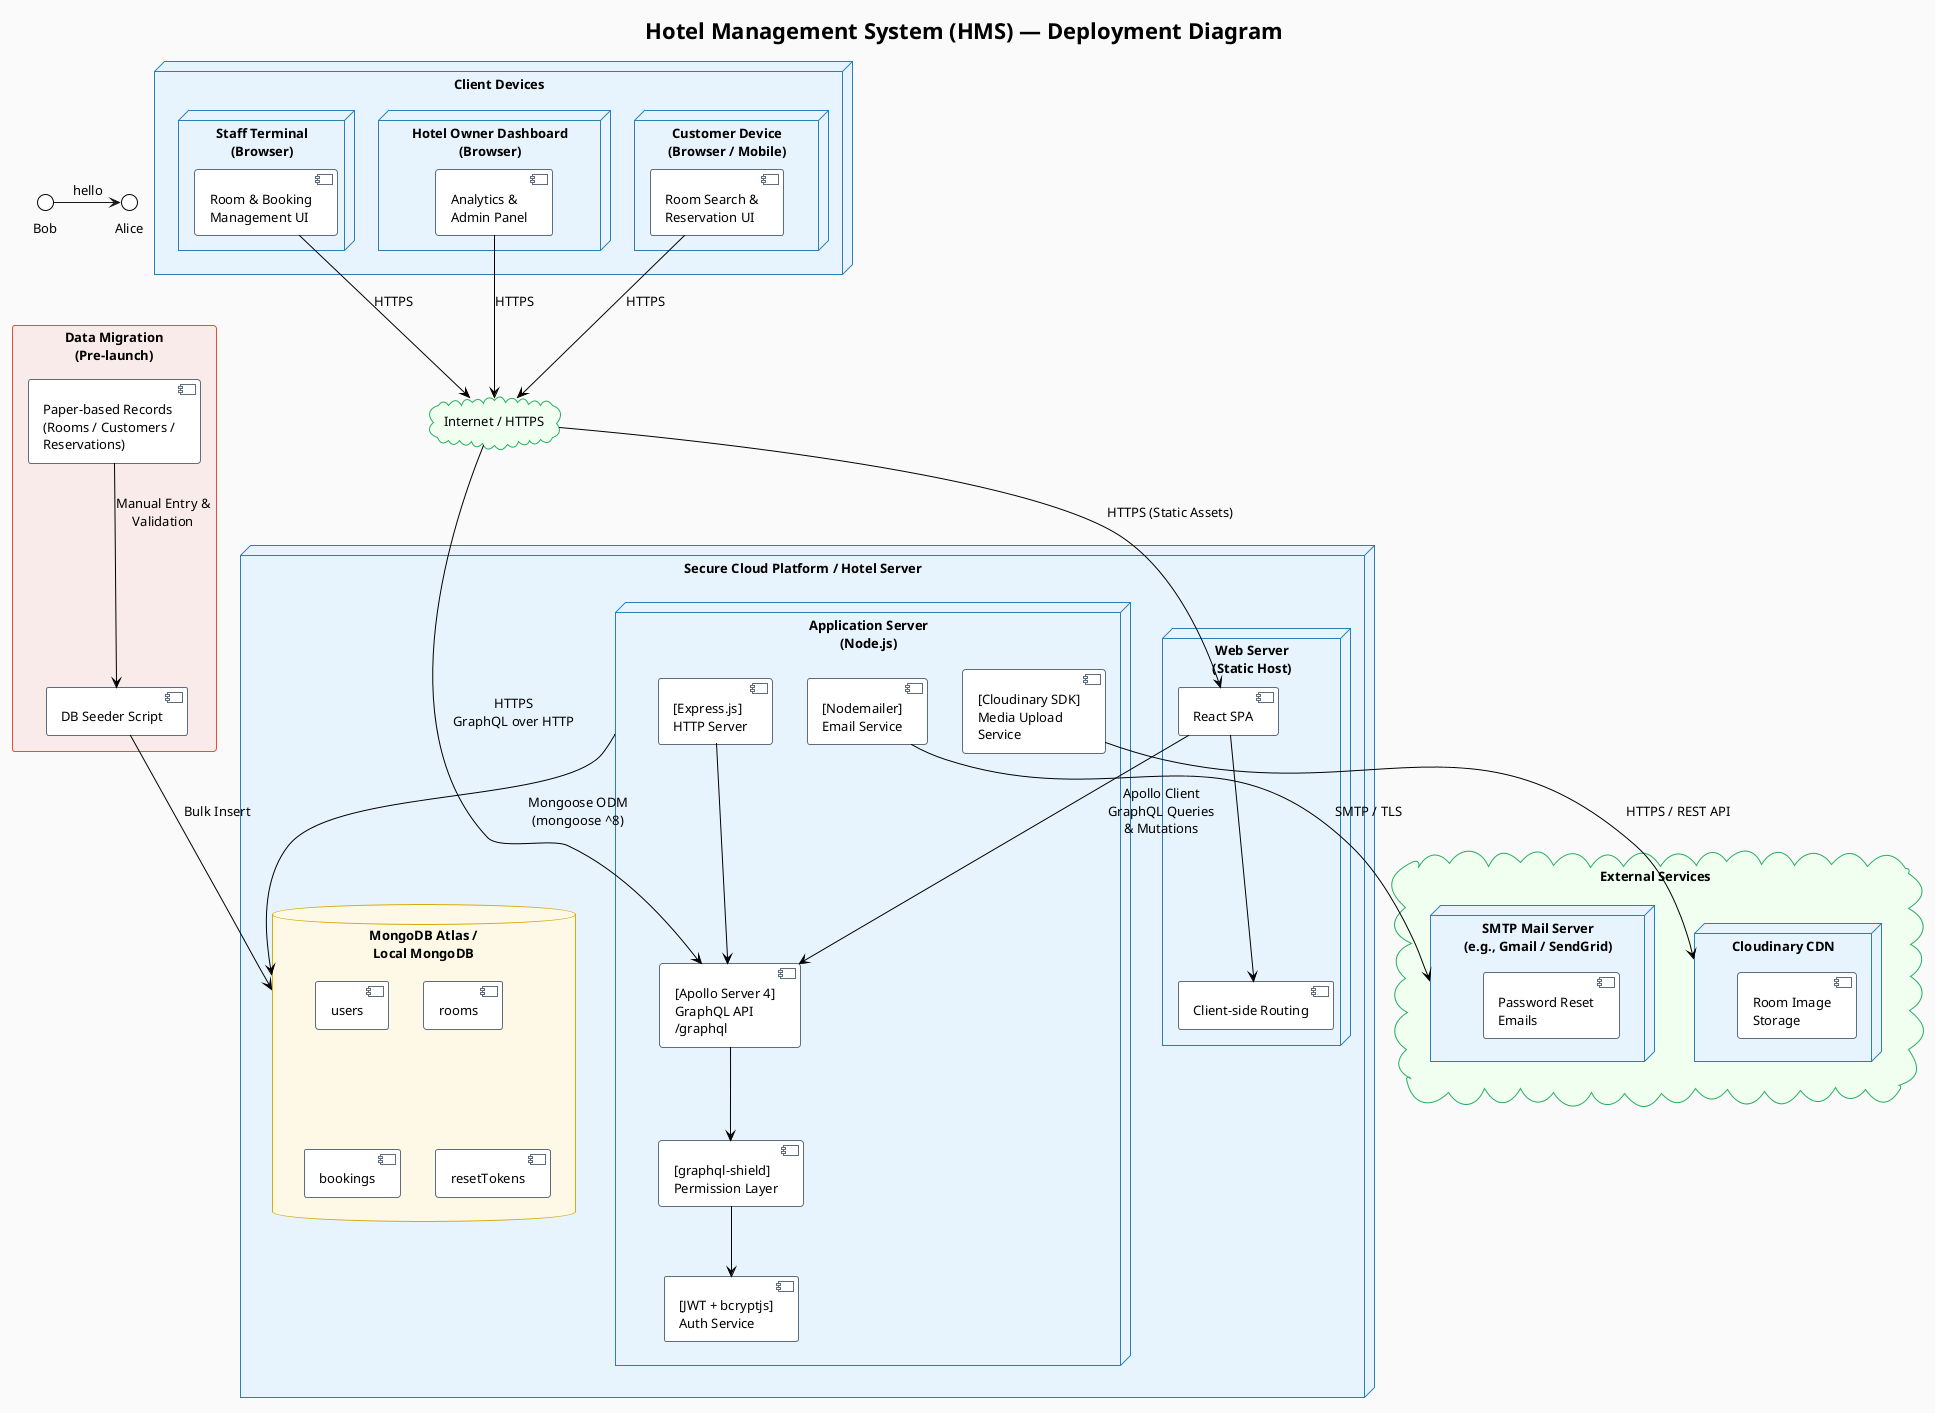
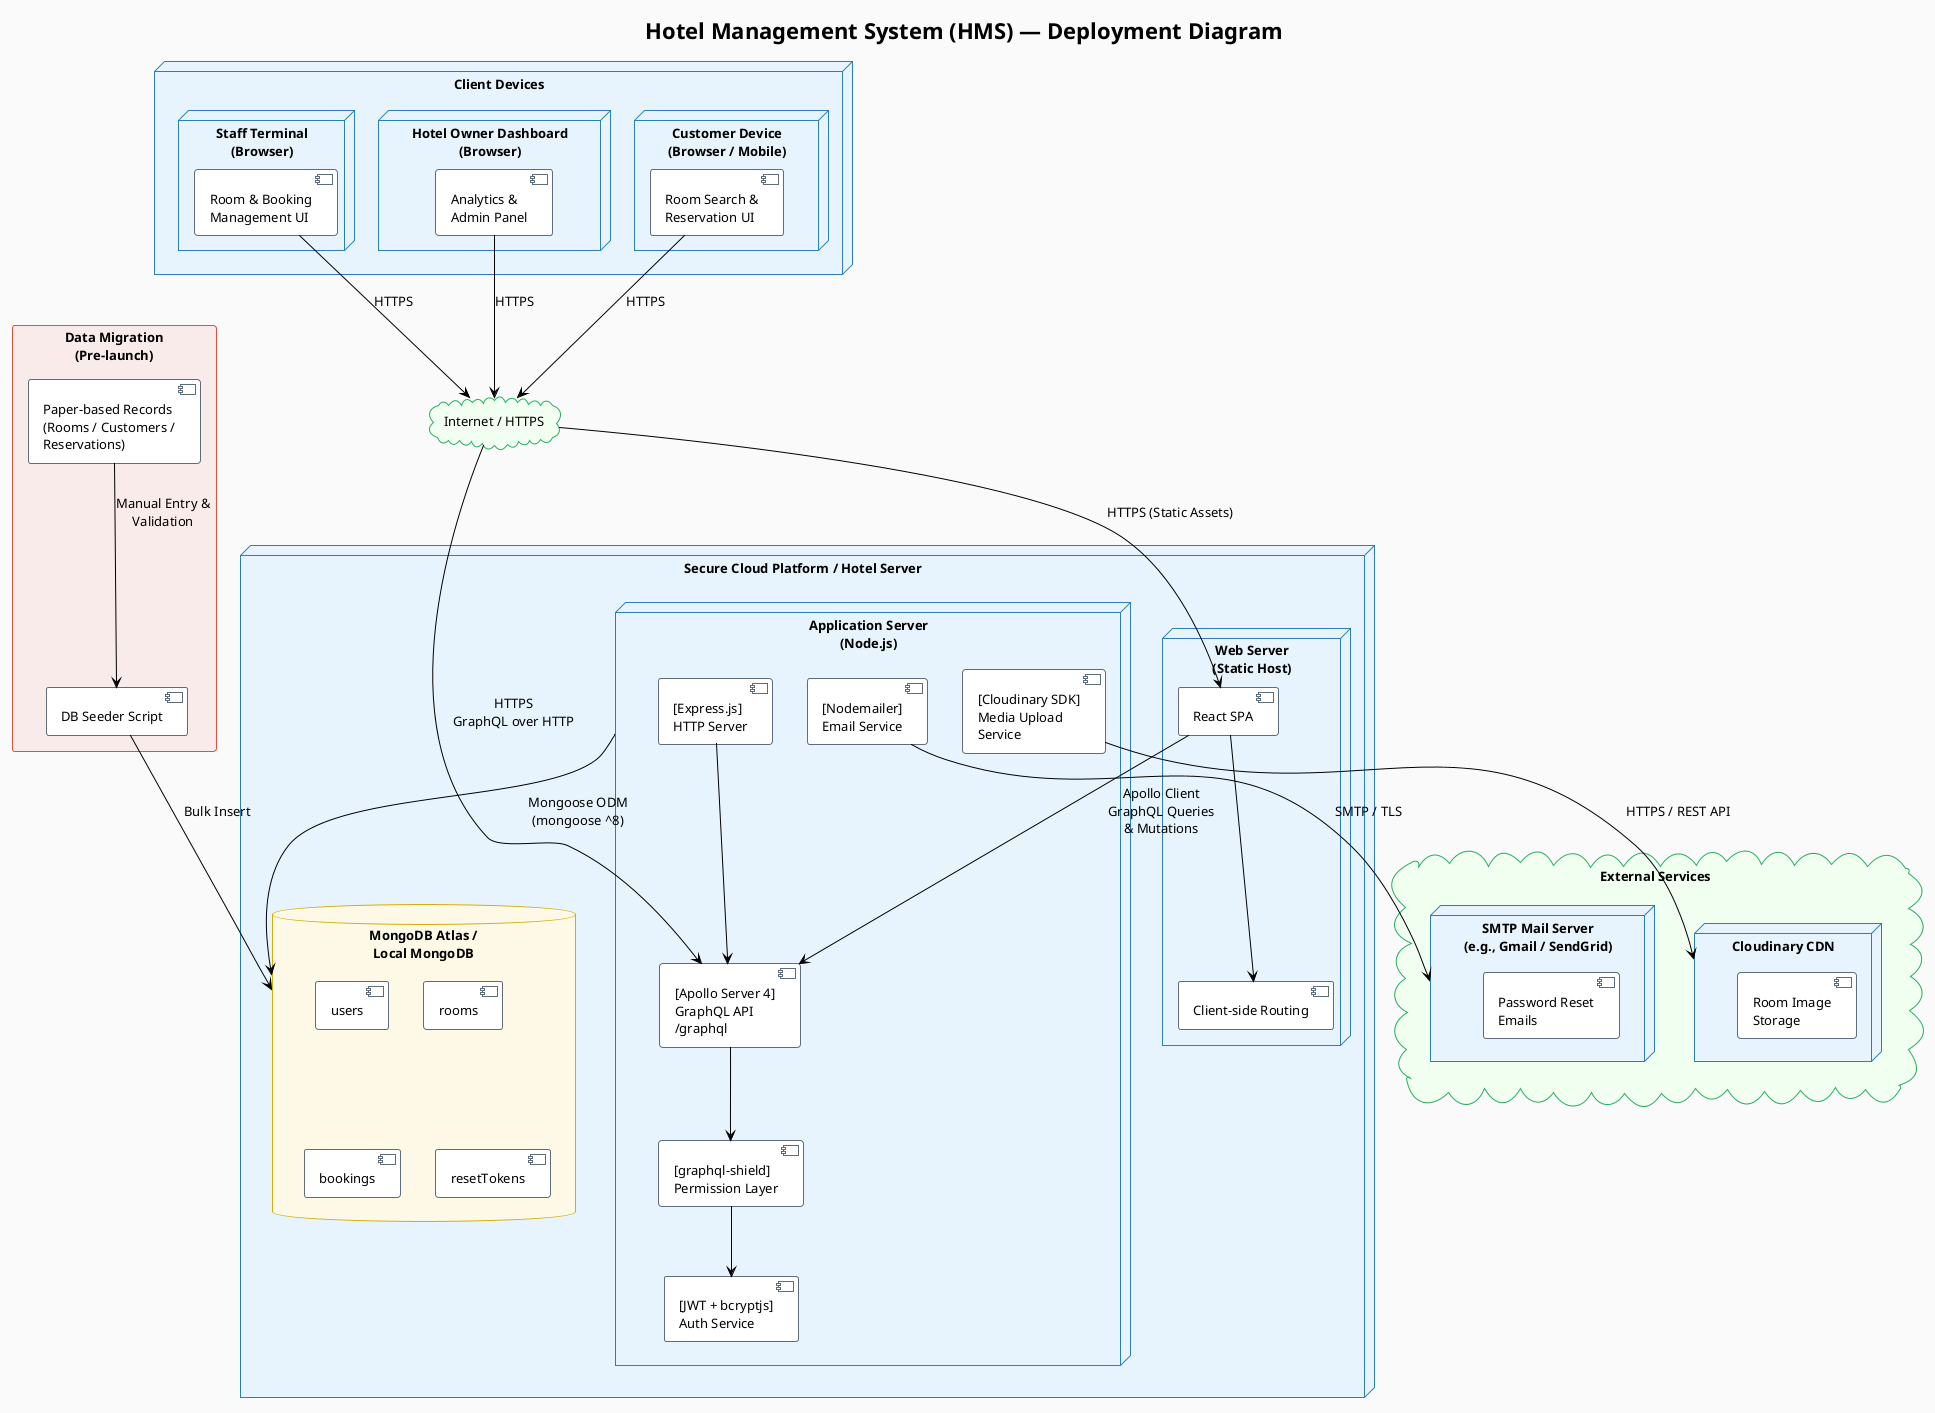
@startuml
- Bob -> Alice : hello

!theme plain
skinparam backgroundColor #FAFAFA
skinparam defaultFontName Arial
skinparam defaultFontSize 13

skinparam node {
  BackgroundColor #E8F4FD
  BorderColor #2980B9
  FontStyle bold
}

skinparam component {
  BackgroundColor #FFFFFF
  BorderColor #5D6D7E
}

skinparam database {
  BackgroundColor #FEF9E7
  BorderColor #D4AC0D
}

skinparam cloud {
  BackgroundColor #F0FFF0
  BorderColor #27AE60
}

skinparam rectangle {
  BackgroundColor #F9EBEA
  BorderColor #E74C3C
}

title Hotel Management System (HMS) — Deployment Diagram

' ─── CLIENT ZONE ─────────────────────────────────────────────────────────────
node "Client Devices" as clients {

  node "Staff Terminal\n(Browser)" as staff_browser {
    component "Room & Booking\nManagement UI" as staff_ui
  }

  node "Hotel Owner Dashboard\n(Browser)" as owner_browser {
    component "Analytics &\nAdmin Panel" as owner_ui
  }

  node "Customer Device\n(Browser / Mobile)" as customer_browser {
    component "Room Search &\nReservation UI" as customer_ui
  }
}

' ─── INTERNET ────────────────────────────────────────────────────────────────
cloud "Internet / HTTPS" as internet {
}

' ─── PRODUCTION CLOUD PLATFORM ───────────────────────────────────────────────
node "Secure Cloud Platform / Hotel Server" as prod_infra {

  node "Web Server\n(Static Host)" as web_server {
    component "React SPA" as spa
    component "Client-side Routing" as router
    spa --> router
  }

  node "Application Server\n(Node.js)" as app_server {
    component "[Express.js]\nHTTP Server" as express
    component "[Apollo Server 4]\nGraphQL API\n/graphql" as apollo
    component "[graphql-shield]\nPermission Layer" as shield
    component "[JWT + bcryptjs]\nAuth Service" as auth
    component "[Nodemailer]\nEmail Service" as mailer
    component "[Cloudinary SDK]\nMedia Upload\nService" as cloudinary_sdk

    express --> apollo
    apollo --> shield
    shield --> auth
  }

  database "MongoDB Atlas /\nLocal MongoDB" as mongodb {
    component "users" as col_users
    component "rooms" as col_rooms
    component "bookings" as col_bookings
    component "resetTokens" as col_tokens
  }

  app_server --> mongodb : "Mongoose ODM\n(mongoose ^8)"
}

' ─── EXTERNAL SERVICES ───────────────────────────────────────────────────────
cloud "External Services" as ext {
  node "Cloudinary CDN" as cloudinary {
    component "Room Image\nStorage" as img_store
  }

  node "SMTP Mail Server\n(e.g., Gmail / SendGrid)" as smtp {
    component "Password Reset\nEmails" as email_svc
  }
}

' ─── DATA MIGRATION SOURCE ───────────────────────────────────────────────────
rectangle "Data Migration\n(Pre-launch)" as migration {
  component "Paper-based Records\n(Rooms / Customers /\nReservations)" as paper
  component "DB Seeder Script" as seeder
  paper --> seeder : "Manual Entry &\nValidation"
  seeder --> mongodb : "Bulk Insert"
}

' ─── CONNECTIONS ─────────────────────────────────────────────────────────────
staff_ui    --> internet : "HTTPS"
owner_ui    --> internet : "HTTPS"
customer_ui --> internet : "HTTPS"

internet --> spa        : "HTTPS (Static Assets)"
internet --> apollo     : "HTTPS\nGraphQL over HTTP"

spa --> apollo          : "Apollo Client\nGraphQL Queries\n& Mutations"

mailer        --> smtp          : "SMTP / TLS"
cloudinary_sdk --> cloudinary   : "HTTPS / REST API"

- @enduml+ @enduml
